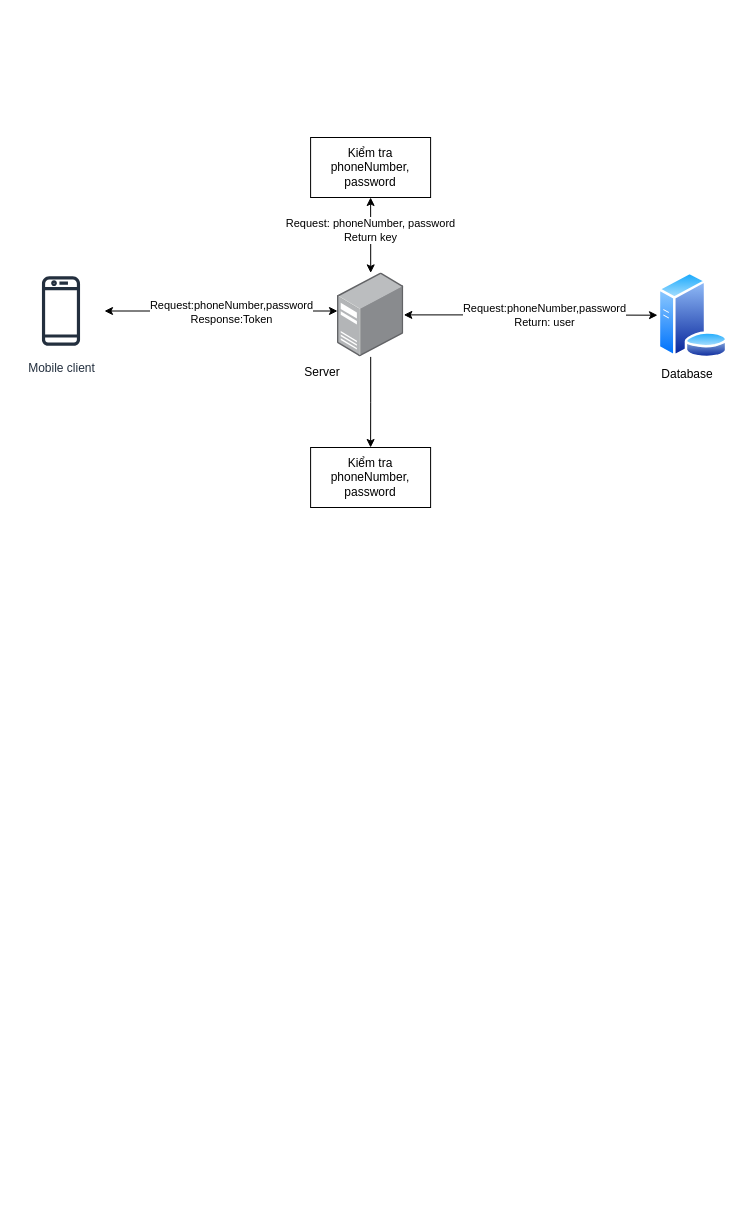
This is Smarket/Untitled Diagram.drawio from Sonos18/Market, a draw.io file, before an edit. Source tidied: cells renumbered, new cells numbered last; positions are measured from the earlier drawing's top-left corner, leaving out a move shared by most shapes. Both pictures are drawn from the tidied source at 100%, with x=0, y=0 at pixel (17, 137).
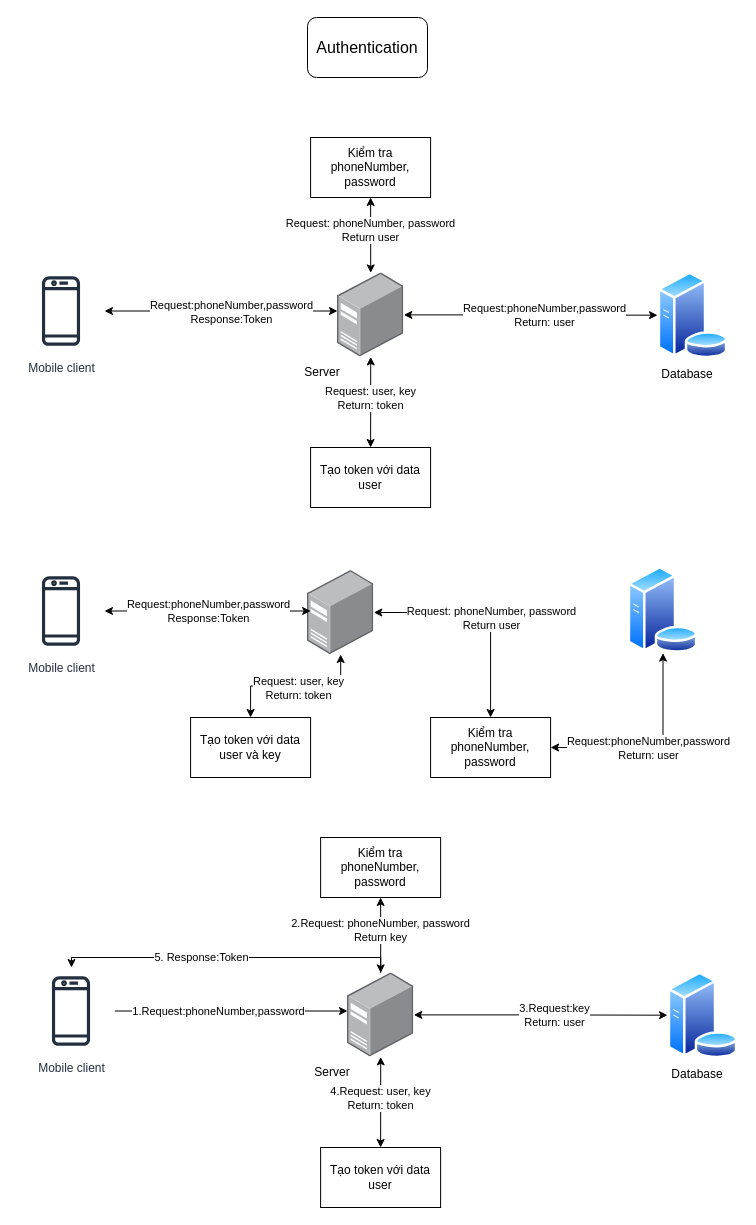
The same page after the edit.

The change refers to these unchanged cells:
```xml
<mxCell id="8" style="edgeStyle=orthogonalEdgeStyle;rounded=0;jettySize=auto;html=1;startArrow=classic;startFill=1;" parent="1" edge="1" source="11" target="14">
  <mxGeometry relative="1" as="geometry" />
</mxCell>
<mxCell id="11" style="image;points=[];html=1;align=center;shadow=0;dashed=0;image=img/lib/allied_telesis/computer_and_terminals/Server_Desktop.svg;" parent="1" vertex="1">
  <mxGeometry x="320" y="135.4" width="66.3" height="84" as="geometry" />
</mxCell>
```

What changed in the source:
```diff
@@
-    <mxCell id="9" value="Request: phoneNumber, password&lt;br&gt;Return key" style="edgeLabel;html=1;align=center;verticalAlign=middle;" parent="8" vertex="1">
+    <mxCell id="9" value="Request: phoneNumber, password&lt;br&gt;Return user" style="edgeLabel;html=1;align=center;verticalAlign=middle;" parent="8" vertex="1">
       <mxGeometry x="0.13" y="1" relative="1" as="geometry" />
     </mxCell>
-    <mxCell id="10" style="edgeStyle=orthogonalEdgeStyle;rounded=0;jettySize=auto;html=1;entryX=0.5;entryY=0;entryDx=0;entryDy=0;" parent="1" edge="1" source="11" target="15">
+    <mxCell id="10" style="edgeStyle=orthogonalEdgeStyle;rounded=0;jettySize=auto;html=1;entryX=0.5;entryY=0;entryDx=0;entryDy=0;startArrow=classic;startFill=1;" parent="1" edge="1" source="11" target="15">
       <mxGeometry relative="1" as="geometry" />
     </mxCell>
+    <mxCell id="16" value="Request: user, key&lt;br&gt;Return: token" style="edgeLabel;html=1;align=center;verticalAlign=middle;" parent="10" vertex="1">
+      <mxGeometry x="-0.1" y="-1" relative="1" as="geometry" />
+    </mxCell>
@@
-    <mxCell id="15" value="Kiểm tra phoneNumber, password" style="rounded=0;whiteSpace=wrap;html=1;" parent="1" vertex="1">
+    <mxCell id="15" value="Tạo token với data user" style="rounded=0;whiteSpace=wrap;html=1;" parent="1" vertex="1">
       <mxGeometry x="293.1" y="310" width="120" height="60" as="geometry" />
     </mxCell>
+    <mxCell id="17" value="Mobile client" style="sketch=0;outlineConnect=0;fontColor=#232F3E;gradientColor=none;strokeColor=#232F3E;fillColor=#ffffff;dashed=0;verticalLabelPosition=bottom;verticalAlign=top;align=center;html=1;fontSize=12;fontStyle=0;shape=mxgraph.aws4.resourceIcon;resIcon=mxgraph.aws4.mobile_client;" parent="1" vertex="1">
+      <mxGeometry y="430" width="87" height="87" as="geometry" />
+    </mxCell>
+    <mxCell id="18" value="&lt;font style=&quot;font-size: 16px;&quot;&gt;Authentication&lt;/font&gt;" style="rounded=1;whiteSpace=wrap;html=1;" parent="1" vertex="1">
+      <mxGeometry x="290" y="-120" width="120" height="60" as="geometry" />
+    </mxCell>
+    <mxCell id="19" style="edgeStyle=orthogonalEdgeStyle;rounded=0;jettySize=auto;html=1;entryX=0.5;entryY=0;entryDx=0;entryDy=0;startArrow=classic;startFill=1;" parent="1" edge="1" source="20" target="29">
+      <mxGeometry relative="1" as="geometry" />
+    </mxCell>
+    <mxCell id="20" style="image;points=[];html=1;align=center;shadow=0;dashed=0;image=img/lib/allied_telesis/computer_and_terminals/Server_Desktop.svg;" parent="1" vertex="1">
+      <mxGeometry x="290" y="433" width="66.3" height="84" as="geometry" />
+    </mxCell>
+    <mxCell id="21" style="edgeStyle=orthogonalEdgeStyle;rounded=0;jettySize=auto;html=1;entryX=0.048;entryY=0.482;entryDx=0;entryDy=0;entryPerimeter=0;startArrow=classic;startFill=1;" parent="1" edge="1" source="17" target="20">
+      <mxGeometry relative="1" as="geometry" />
+    </mxCell>
+    <mxCell id="22" style="image;perimeter=ellipsePerimeter;html=1;align=center;shadow=0;dashed=0;spacingTop=3;image=img/lib/active_directory/database_server.svg;" parent="1" vertex="1">
+      <mxGeometry x="610" y="429" width="71" height="86.6" as="geometry" />
+    </mxCell>
+    <mxCell id="23" value="Request:phoneNumber,password&lt;br&gt;Response:Token" style="edgeLabel;html=1;align=center;verticalAlign=middle;" parent="1" vertex="1">
+      <mxGeometry x="190" y="473.5" as="geometry" />
+    </mxCell>
+    <mxCell id="24" style="edgeStyle=orthogonalEdgeStyle;rounded=0;jettySize=auto;html=1;startArrow=classic;startFill=1;" parent="1" edge="1" source="25" target="22">
+      <mxGeometry relative="1" as="geometry" />
+    </mxCell>
+    <mxCell id="25" value="Kiểm tra phoneNumber, password" style="rounded=0;whiteSpace=wrap;html=1;" parent="1" vertex="1">
+      <mxGeometry x="413.1" y="580" width="120" height="60" as="geometry" />
+    </mxCell>
+    <mxCell id="26" style="edgeStyle=orthogonalEdgeStyle;rounded=0;jettySize=auto;html=1;entryX=0.5;entryY=0;entryDx=0;entryDy=0;startArrow=classic;startFill=1;" parent="1" edge="1" source="20" target="25">
+      <mxGeometry relative="1" as="geometry">
+        <Array as="points">
+          <mxPoint x="473" y="475" />
+        </Array>
+      </mxGeometry>
+    </mxCell>
+    <mxCell id="27" value="Request: phoneNumber, password&lt;br style=&quot;border-color: var(--border-color);&quot;&gt;Return user" style="edgeLabel;html=1;align=center;verticalAlign=middle;" parent="26" vertex="1">
+      <mxGeometry x="-0.53" y="-1" relative="1" as="geometry">
+        <mxPoint x="65" y="4" as="offset" />
+      </mxGeometry>
+    </mxCell>
+    <mxCell id="28" value="Request:phoneNumber,password&lt;br&gt;Return: user" style="edgeLabel;html=1;align=center;verticalAlign=middle;" parent="1" vertex="1">
+      <mxGeometry x="630" y="610" as="geometry" />
+    </mxCell>
+    <mxCell id="29" value="Tạo token với data user và key" style="rounded=0;whiteSpace=wrap;html=1;" parent="1" vertex="1">
+      <mxGeometry x="173.1" y="580" width="120" height="60" as="geometry" />
+    </mxCell>
+    <mxCell id="30" value="Request: user, key&lt;br&gt;Return: token" style="edgeLabel;html=1;align=center;verticalAlign=middle;" parent="1" vertex="1">
+      <mxGeometry x="280" y="550" as="geometry" />
+    </mxCell>
+    <mxCell id="31" style="edgeStyle=orthogonalEdgeStyle;rounded=0;jettySize=auto;html=1;startArrow=none;startFill=0;" parent="1" edge="1" source="33" target="42">
+      <mxGeometry relative="1" as="geometry">
+        <Array as="points">
+          <mxPoint x="260" y="874" />
+          <mxPoint x="260" y="874" />
+        </Array>
+      </mxGeometry>
+    </mxCell>
+    <mxCell id="32" value="1.Request:phoneNumber,password" style="edgeLabel;html=1;align=center;verticalAlign=middle;" parent="31" vertex="1">
+      <mxGeometry x="0.08" relative="1" as="geometry">
+        <mxPoint x="-23" as="offset" />
+      </mxGeometry>
+    </mxCell>
+    <mxCell id="33" value="Mobile client" style="sketch=0;outlineConnect=0;fontColor=#232F3E;gradientColor=none;strokeColor=#232F3E;fillColor=#ffffff;dashed=0;verticalLabelPosition=bottom;verticalAlign=top;align=center;html=1;fontSize=12;fontStyle=0;shape=mxgraph.aws4.resourceIcon;resIcon=mxgraph.aws4.mobile_client;" parent="1" vertex="1">
+      <mxGeometry x="10" y="830" width="87" height="87" as="geometry" />
+    </mxCell>
+    <mxCell id="34" style="image;perimeter=ellipsePerimeter;html=1;align=center;shadow=0;dashed=0;spacingTop=3;image=img/lib/active_directory/database_server.svg;" parent="1" vertex="1">
+      <mxGeometry x="650" y="834.4" width="71" height="86.6" as="geometry" />
+    </mxCell>
+    <mxCell id="35" style="edgeStyle=orthogonalEdgeStyle;rounded=0;jettySize=auto;html=1;entryX=0;entryY=0.5;entryDx=0;entryDy=0;startArrow=classic;startFill=1;" parent="1" edge="1" source="42" target="34">
+      <mxGeometry relative="1" as="geometry" />
+    </mxCell>
+    <mxCell id="36" value="3.Request:key&lt;br&gt;Return: user" style="edgeLabel;html=1;align=center;verticalAlign=middle;" parent="35" vertex="1">
+      <mxGeometry x="0.1" relative="1" as="geometry" />
+    </mxCell>
+    <mxCell id="37" style="edgeStyle=orthogonalEdgeStyle;rounded=0;jettySize=auto;html=1;startArrow=classic;startFill=1;" parent="1" edge="1" source="42" target="45">
+      <mxGeometry relative="1" as="geometry" />
+    </mxCell>
+    <mxCell id="38" value="2.Request: phoneNumber, password&lt;br&gt;Return key" style="edgeLabel;html=1;align=center;verticalAlign=middle;" parent="37" vertex="1">
+      <mxGeometry x="0.13" y="1" relative="1" as="geometry" />
+    </mxCell>
+    <mxCell id="39" style="edgeStyle=orthogonalEdgeStyle;rounded=0;jettySize=auto;html=1;entryX=0.5;entryY=0;entryDx=0;entryDy=0;startArrow=classic;startFill=1;" parent="1" edge="1" source="42" target="46">
+      <mxGeometry relative="1" as="geometry" />
+    </mxCell>
+    <mxCell id="40" value="4.Request: user, key&lt;br&gt;Return: token" style="edgeLabel;html=1;align=center;verticalAlign=middle;" parent="39" vertex="1">
+      <mxGeometry x="-0.1" y="-1" relative="1" as="geometry" />
+    </mxCell>
+    <mxCell id="41" style="edgeStyle=orthogonalEdgeStyle;rounded=0;jettySize=auto;html=1;" parent="1" edge="1" source="42" target="33">
+      <mxGeometry relative="1" as="geometry">
+        <Array as="points">
+          <mxPoint x="363" y="820" />
+          <mxPoint x="54" y="820" />
+        </Array>
+      </mxGeometry>
+    </mxCell>
+    <mxCell id="42" style="image;points=[];html=1;align=center;shadow=0;dashed=0;image=img/lib/allied_telesis/computer_and_terminals/Server_Desktop.svg;" parent="1" vertex="1">
+      <mxGeometry x="330" y="835.4" width="66.3" height="84" as="geometry" />
+    </mxCell>
+    <mxCell id="43" value="Server&lt;br&gt;" style="text;html=1;strokeColor=none;fillColor=none;align=center;verticalAlign=middle;whiteSpace=wrap;rounded=0;" parent="1" vertex="1">
+      <mxGeometry x="285" y="919.5" width="60" height="30" as="geometry" />
+    </mxCell>
+    <mxCell id="44" value="Database&lt;br&gt;" style="text;html=1;strokeColor=none;fillColor=none;align=center;verticalAlign=middle;whiteSpace=wrap;rounded=0;" parent="1" vertex="1">
+      <mxGeometry x="650" y="922" width="60" height="30" as="geometry" />
+    </mxCell>
+    <mxCell id="45" value="Kiểm tra phoneNumber, password" style="rounded=0;whiteSpace=wrap;html=1;" parent="1" vertex="1">
+      <mxGeometry x="303.1" y="700" width="120" height="60" as="geometry" />
+    </mxCell>
+    <mxCell id="46" value="Tạo token với data user" style="rounded=0;whiteSpace=wrap;html=1;" parent="1" vertex="1">
+      <mxGeometry x="303.1" y="1010" width="120" height="60" as="geometry" />
+    </mxCell>
+    <mxCell id="47" value="5. Response:Token" style="edgeLabel;html=1;align=center;verticalAlign=middle;" parent="1" vertex="1">
+      <mxGeometry x="233.1" y="873.5" as="geometry">
+        <mxPoint x="-50" y="-54" as="offset" />
+      </mxGeometry>
+    </mxCell>
```
